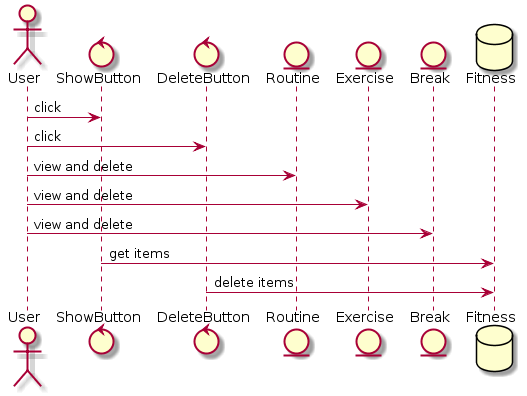
Above: doc/ds/sequence_diagram.png in karolinaoparczyk/Python_GTK (PlantUML), before the change.
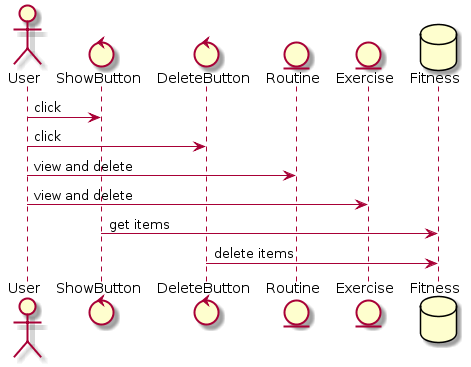
After the change.

Diff of the diagram source:
```diff
@@ -4,14 +4,12 @@
 control DeleteButton
 entity Routine
 entity Exercise
-entity Break
 database Fitness
 
 User -> ShowButton : click
 User -> DeleteButton : click
 User -> Routine : view and delete
 User -> Exercise : view and delete
-User -> Break : view and delete
 ShowButton -> Fitness : get items
 DeleteButton -> Fitness : delete items
 @enduml
```
